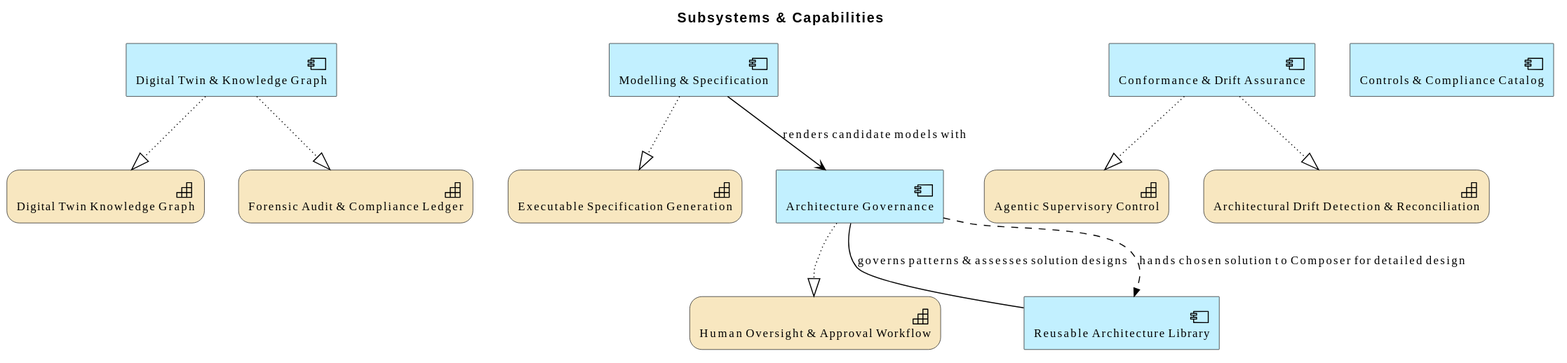
The PlantUML diagram architecture/model/diagrams/frictionless-architect-subsystem-capabilities.svg in wolffy-au/frictionless-architect, before a commit.
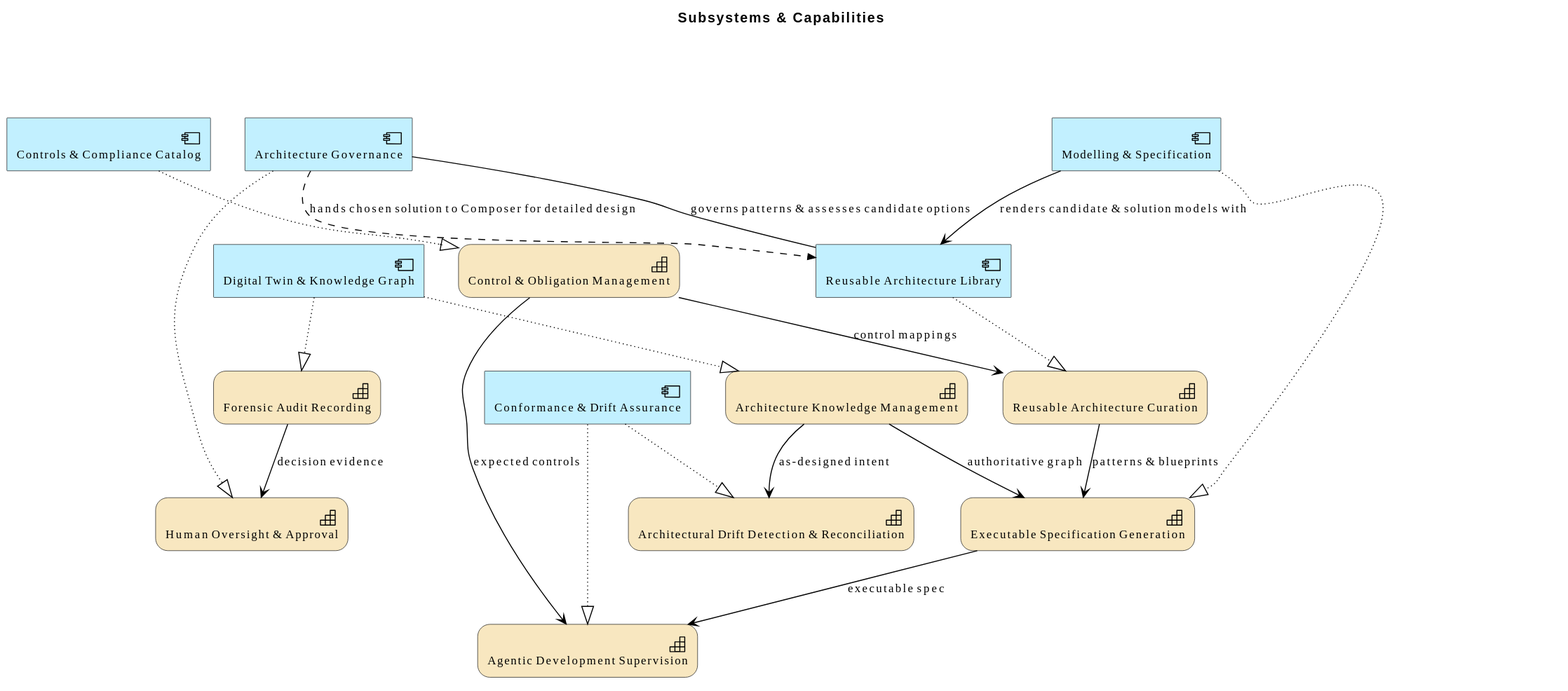
Above is the later version.

What changed in the source:
```diff
@@ -3,12 +3,14 @@
 
 title Subsystems & Capabilities
 
-Strategy_Capability(e_id18ec07397a9d5f, "Digital Twin Knowledge Graph")
+Strategy_Capability(e_id18ec07397a9d5f, "Architecture Knowledge Management")
 Strategy_Capability(e_idafba1b4ab1e756, "Executable Specification Generation")
-Strategy_Capability(e_id4a1c34ab69d151, "Agentic Supervisory Control")
-Strategy_Capability(e_idc29413a2099958, "Forensic Audit & Compliance Ledger")
+Strategy_Capability(e_id4a1c34ab69d151, "Agentic Development Supervision")
+Strategy_Capability(e_idc29413a2099958, "Forensic Audit Recording")
 Strategy_Capability(e_id41aa3eb894c852, "Architectural Drift Detection & Reconciliation")
-Strategy_Capability(e_id08f340a094e552, "Human Oversight & Approval Workflow")
+Strategy_Capability(e_id08f340a094e552, "Human Oversight & Approval")
+Strategy_Capability(e_id72468b5b403450, "Control & Obligation Management")
+Strategy_Capability(e_id752d1de3794f5f, "Reusable Architecture Curation")
 Application_Component(e_ide4bef3733af65a, "Controls & Compliance Catalog")
 Application_Component(e_id3b0beba52b5a5c, "Reusable Architecture Library")
 Application_Component(e_id3da203d482f955, "Digital Twin & Knowledge Graph")
@@ -16,13 +18,22 @@
 Application_Component(e_id492c882252a953, "Conformance & Drift Assurance")
 Application_Component(e_id82f04fecbdd85e, "Modelling & Specification")
 
+Rel_Serving(e_id18ec07397a9d5f, e_idafba1b4ab1e756, "authoritative graph")
+Rel_Serving(e_id18ec07397a9d5f, e_id41aa3eb894c852, "as-designed intent")
+Rel_Serving(e_id752d1de3794f5f, e_idafba1b4ab1e756, "patterns & blueprints")
+Rel_Serving(e_id72468b5b403450, e_id752d1de3794f5f, "control mappings")
+Rel_Serving(e_id72468b5b403450, e_id4a1c34ab69d151, "expected controls")
+Rel_Serving(e_idafba1b4ab1e756, e_id4a1c34ab69d151, "executable spec")
+Rel_Serving(e_idc29413a2099958, e_id08f340a094e552, "decision evidence")
+Rel_Realization(e_ide4bef3733af65a, e_id72468b5b403450, "")
+Rel_Realization(e_id3b0beba52b5a5c, e_id752d1de3794f5f, "")
 Rel_Realization(e_id3da203d482f955, e_id18ec07397a9d5f, "")
 Rel_Realization(e_id3da203d482f955, e_idc29413a2099958, "")
 Rel_Realization(e_id82f04fecbdd85e, e_idafba1b4ab1e756, "")
 Rel_Realization(e_id492c882252a953, e_id4a1c34ab69d151, "")
 Rel_Realization(e_id492c882252a953, e_id41aa3eb894c852, "")
 Rel_Realization(e_id0d5bd02b5ffe5e, e_id08f340a094e552, "")
-Rel_Association(e_id0d5bd02b5ffe5e, e_id3b0beba52b5a5c, "governs patterns & assesses solution designs")
+Rel_Serving(e_id82f04fecbdd85e, e_id3b0beba52b5a5c, "renders candidate & solution models with")
+Rel_Association(e_id0d5bd02b5ffe5e, e_id3b0beba52b5a5c, "governs patterns & assesses candidate options")
 Rel_Flow(e_id0d5bd02b5ffe5e, e_id3b0beba52b5a5c, "hands chosen solution to Composer for detailed design")
-Rel_Serving(e_id82f04fecbdd85e, e_id0d5bd02b5ffe5e, "renders candidate models with")
 @enduml
```
